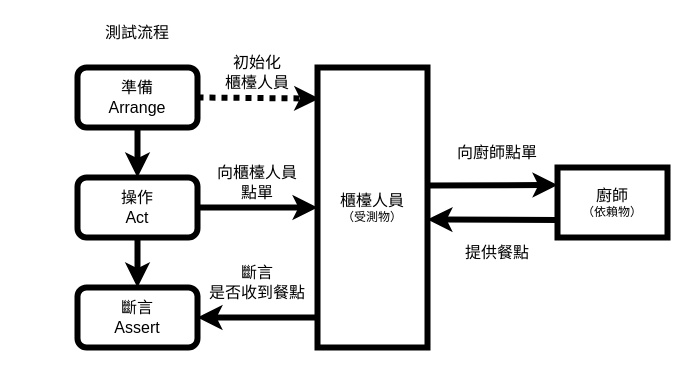
The draw.io diagram img/5/5-1-a.drawio in shawnlin0201/book-your-first-front-end-testing-assert, before the edit. Source tidied: cells renumbered, new cells numbered last; positions are measured from the earlier drawing's top-left corner, leaving out a move shared by most shapes. Both pictures are drawn from the tidied source at 100%, with x=0, y=0 at pixel (17, 17).
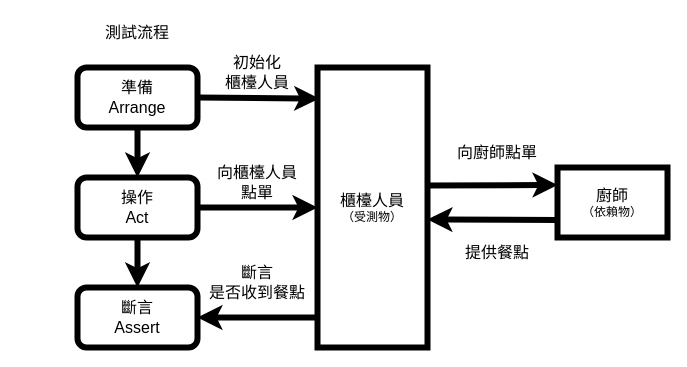
After the change.

Unchanged cells that the change refers to:
```xml
<mxCell id="5" value="&lt;span style=&quot;font-size: 16px;&quot;&gt;準備&lt;br&gt;&lt;/span&gt;&lt;span style=&quot;font-size: 16px;&quot;&gt;Arrange&lt;/span&gt;" style="rounded=1;whiteSpace=wrap;html=1;fillColor=none;strokeWidth=6;" parent="1" vertex="1">
  <mxGeometry x="60" y="50" width="120" height="60" as="geometry" />
</mxCell>
<mxCell id="9" value="&lt;span style=&quot;font-size: 16px;&quot;&gt;櫃檯人員&lt;br&gt;&lt;/span&gt;（受測物）" style="rounded=0;whiteSpace=wrap;html=1;strokeWidth=6;fillColor=none;" parent="1" vertex="1">
  <mxGeometry x="300" y="50" width="110" height="280" as="geometry" />
</mxCell>
```

The edit, as a diff of the source:
```diff
@@
-    <mxCell id="10" style="endArrow=classic;html=1;strokeWidth=6;fontSize=16;exitX=1;exitY=0.5;exitDx=0;exitDy=0;entryX=0.015;entryY=0.111;entryDx=0;entryDy=0;entryPerimeter=0;dashed=1;dashPattern=1 1;" parent="1" edge="1" source="5" target="9">
+    <mxCell id="10" style="endArrow=classic;html=1;strokeWidth=6;fontSize=16;exitX=1;exitY=0.5;exitDx=0;exitDy=0;entryX=0.015;entryY=0.111;entryDx=0;entryDy=0;entryPerimeter=0;" parent="1" edge="1" source="5" target="9">
       <mxGeometry relative="1" as="geometry" />
     </mxCell>
```
